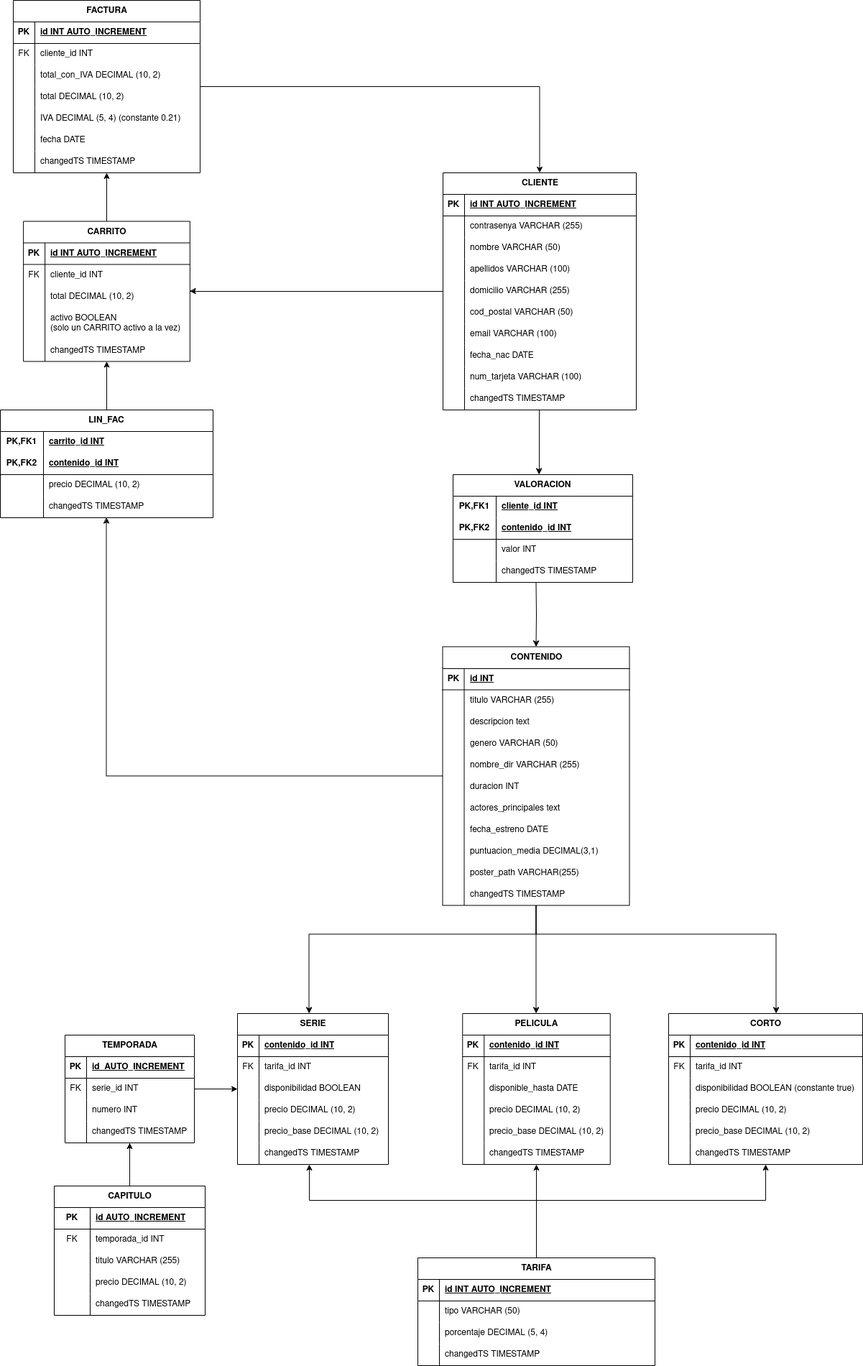
Before: MIRAVEREDA_v4.png, a diagram exported from draw.io (Andrii-Lit/Miravereda24-25). Source tidied: cells renumbered, new cells last; positions are measured from the earlier drawing's top-left corner, leaving out a move shared by most shapes.
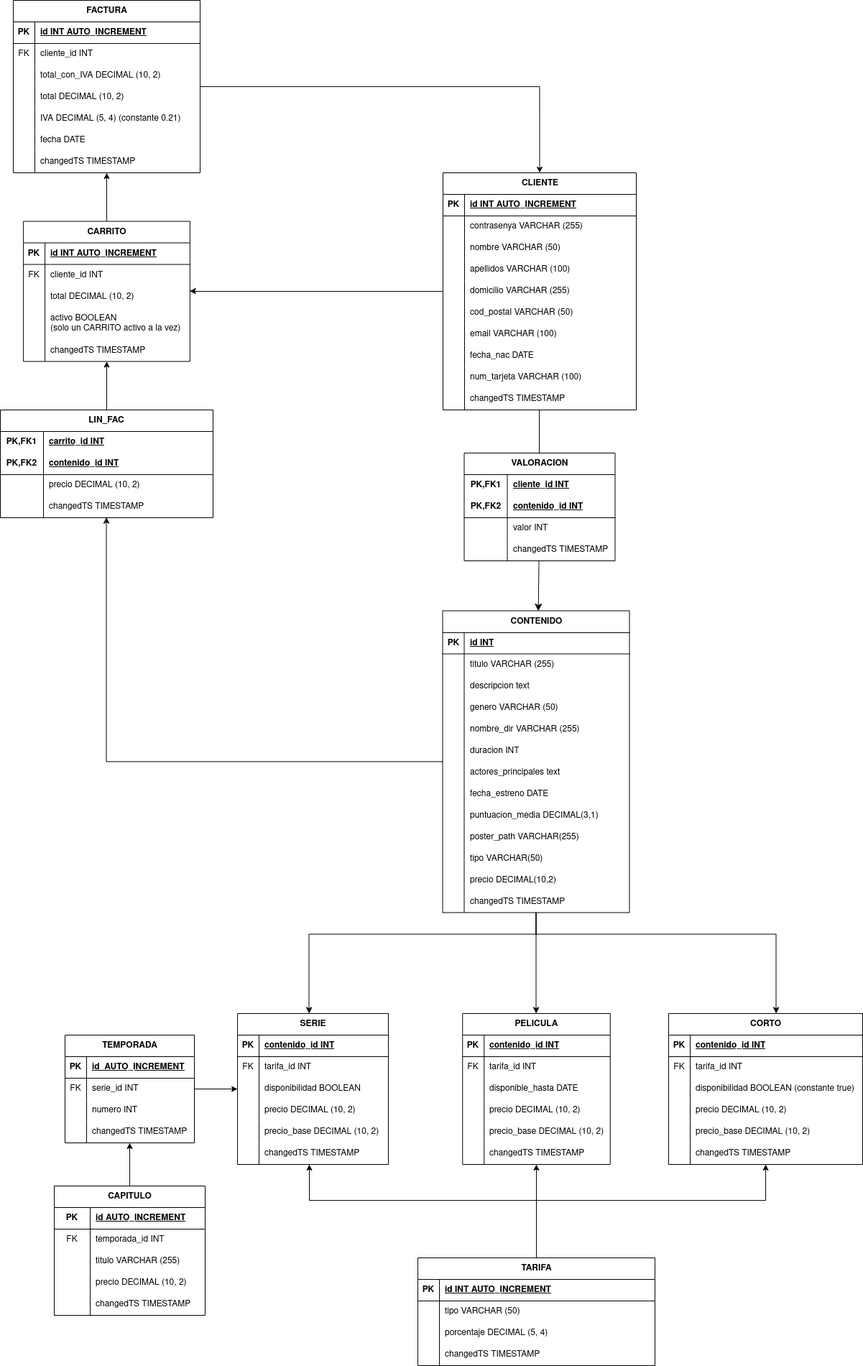
After the commit.

Commit message:
añadido campos tipo y precio a contenido recogidos automaticamente, corregido todo aspecto posible (espero)

Diff of the diagram source:
```diff
@@ -13,11 +13,6 @@
         </Array>
       </mxGeometry>
     </mxCell>
-    <mxCell id="4" style="edgeStyle=orthogonalEdgeStyle;rounded=0;jettySize=auto;html=1;" parent="1" edge="1" target="9">
-      <mxGeometry relative="1" as="geometry">
-        <mxPoint x="746" y="810" as="sourcePoint" />
-      </mxGeometry>
-    </mxCell>
     <mxCell id="5" style="edgeStyle=orthogonalEdgeStyle;rounded=0;jettySize=auto;html=1;entryX=0.5;entryY=0;entryDx=0;entryDy=0;" parent="1" edge="1" source="56">
       <mxGeometry relative="1" as="geometry">
         <mxPoint x="750" y="660" as="targetPoint" />
@@ -38,7 +33,7 @@
       </mxGeometry>
     </mxCell>
     <mxCell id="9" value="CONTENIDO" style="shape=table;startSize=30;rowLines=0;fontStyle=1;align=center;html=1;" parent="1" vertex="1">
-      <mxGeometry x="616" y="900" width="260" height="360" as="geometry" />
+      <mxGeometry x="616" y="850" width="260" height="420" as="geometry" />
     </mxCell>
     <mxCell id="10" style="shape=tableRow;horizontal=0;startSize=0;swimlaneHead=0;swimlaneBody=0;fillColor=none;top=0;left=0;right=0;bottom=1;" parent="9" vertex="1">
       <mxGeometry y="30" width="260" height="30" as="geometry" />
@@ -136,47 +131,68 @@
     <mxCell id="41" style="shape=partialRectangle;fillColor=none;top=0;left=0;bottom=0;right=0;overflow=hidden;whiteSpace=wrap;html=1;" parent="40" vertex="1">
       <mxGeometry width="30" height="30" as="geometry" />
     </mxCell>
-    <mxCell id="42" value="changedTS TIMESTAMP" style="shape=partialRectangle;fillColor=none;top=0;left=0;bottom=0;right=0;align=left;spacingLeft=6;overflow=hidden;whiteSpace=wrap;html=1;" parent="40" vertex="1">
+    <mxCell id="42" value="tipo VARCHAR(50)" style="shape=partialRectangle;fillColor=none;top=0;left=0;bottom=0;right=0;align=left;spacingLeft=6;overflow=hidden;whiteSpace=wrap;html=1;" parent="40" vertex="1">
       <mxGeometry x="30" width="230" height="30" as="geometry" />
     </mxCell>
+    <mxCell id="245" style="shape=tableRow;horizontal=0;startSize=0;swimlaneHead=0;swimlaneBody=0;fillColor=none;top=0;left=0;right=0;bottom=0;" parent="9" vertex="1">
+      <mxGeometry y="360" width="260" height="30" as="geometry" />
+    </mxCell>
+    <mxCell id="246" style="shape=partialRectangle;fillColor=none;top=0;left=0;bottom=0;right=0;overflow=hidden;whiteSpace=wrap;html=1;" parent="245" vertex="1">
+      <mxGeometry width="30" height="30" as="geometry" />
+    </mxCell>
+    <mxCell id="247" value="precio DECIMAL(10,2)" style="shape=partialRectangle;fillColor=none;top=0;left=0;bottom=0;right=0;align=left;spacingLeft=6;overflow=hidden;whiteSpace=wrap;html=1;" parent="245" vertex="1">
+      <mxGeometry x="30" width="230" height="30" as="geometry" />
+    </mxCell>
+    <mxCell id="248" style="shape=tableRow;horizontal=0;startSize=0;swimlaneHead=0;swimlaneBody=0;fillColor=none;top=0;left=0;right=0;bottom=0;" parent="9" vertex="1">
+      <mxGeometry y="390" width="260" height="30" as="geometry" />
+    </mxCell>
+    <mxCell id="249" style="shape=partialRectangle;fillColor=none;top=0;left=0;bottom=0;right=0;overflow=hidden;whiteSpace=wrap;html=1;" parent="248" vertex="1">
+      <mxGeometry width="30" height="30" as="geometry" />
+    </mxCell>
+    <mxCell id="250" value="changedTS TIMESTAMP" style="shape=partialRectangle;fillColor=none;top=0;left=0;bottom=0;right=0;align=left;spacingLeft=6;overflow=hidden;whiteSpace=wrap;html=1;" parent="248" vertex="1">
+      <mxGeometry x="30" width="230" height="30" as="geometry" />
+    </mxCell>
+    <mxCell id="251" style="edgeStyle=none;curved=1;rounded=0;jettySize=auto;html=1;fontSize=12;startSize=8;endSize=8;" parent="1" edge="1" source="43" target="9">
+      <mxGeometry relative="1" as="geometry" />
+    </mxCell>
     <mxCell id="43" value="&lt;div&gt;VALORACION&lt;/div&gt;" style="shape=table;startSize=30;rowLines=0;fontStyle=1;align=center;html=1;whiteSpace=wrap;" parent="1" vertex="1">
-      <mxGeometry x="630" y="660" width="250" height="150" as="geometry" />
+      <mxGeometry x="645.5" y="630" width="210" height="150" as="geometry" />
     </mxCell>
     <mxCell id="44" style="shape=tableRow;horizontal=0;startSize=0;swimlaneHead=0;swimlaneBody=0;fillColor=none;top=0;left=0;right=0;bottom=0;html=1;" parent="43" vertex="1">
-      <mxGeometry y="30" width="250" height="30" as="geometry" />
+      <mxGeometry y="30" width="210" height="30" as="geometry" />
     </mxCell>
     <mxCell id="45" value="PK,FK1" style="shape=partialRectangle;fillColor=none;top=0;left=0;bottom=0;right=0;fontStyle=1;overflow=hidden;html=1;whiteSpace=wrap;" parent="44" vertex="1">
       <mxGeometry width="60" height="30" as="geometry" />
     </mxCell>
     <mxCell id="46" value="cliente_id INT" style="shape=partialRectangle;fillColor=none;top=0;left=0;bottom=0;right=0;align=left;spacingLeft=6;fontStyle=5;overflow=hidden;html=1;whiteSpace=wrap;" parent="44" vertex="1">
-      <mxGeometry x="60" width="190" height="30" as="geometry" />
+      <mxGeometry x="60" width="150" height="30" as="geometry" />
     </mxCell>
     <mxCell id="47" style="shape=tableRow;horizontal=0;startSize=0;swimlaneHead=0;swimlaneBody=0;fillColor=none;top=0;left=0;right=0;bottom=1;html=1;" parent="43" vertex="1">
-      <mxGeometry y="60" width="250" height="30" as="geometry" />
+      <mxGeometry y="60" width="210" height="30" as="geometry" />
     </mxCell>
     <mxCell id="48" value="PK,FK2" style="shape=partialRectangle;fillColor=none;top=0;left=0;bottom=0;right=0;fontStyle=1;overflow=hidden;html=1;whiteSpace=wrap;" parent="47" vertex="1">
       <mxGeometry width="60" height="30" as="geometry" />
     </mxCell>
     <mxCell id="49" value="contenido_id INT" style="shape=partialRectangle;fillColor=none;top=0;left=0;bottom=0;right=0;align=left;spacingLeft=6;fontStyle=5;overflow=hidden;html=1;whiteSpace=wrap;" parent="47" vertex="1">
-      <mxGeometry x="60" width="190" height="30" as="geometry" />
+      <mxGeometry x="60" width="150" height="30" as="geometry" />
     </mxCell>
     <mxCell id="50" style="shape=tableRow;horizontal=0;startSize=0;swimlaneHead=0;swimlaneBody=0;fillColor=none;top=0;left=0;right=0;bottom=0;html=1;" parent="43" vertex="1">
-      <mxGeometry y="90" width="250" height="30" as="geometry" />
+      <mxGeometry y="90" width="210" height="30" as="geometry" />
     </mxCell>
     <mxCell id="51" style="shape=partialRectangle;fillColor=none;top=0;left=0;bottom=0;right=0;overflow=hidden;html=1;whiteSpace=wrap;" parent="50" vertex="1">
       <mxGeometry width="60" height="30" as="geometry" />
     </mxCell>
     <mxCell id="52" value="valor INT" style="shape=partialRectangle;fillColor=none;top=0;left=0;bottom=0;right=0;align=left;spacingLeft=6;overflow=hidden;html=1;whiteSpace=wrap;" parent="50" vertex="1">
-      <mxGeometry x="60" width="190" height="30" as="geometry" />
+      <mxGeometry x="60" width="150" height="30" as="geometry" />
     </mxCell>
     <mxCell id="53" style="shape=tableRow;horizontal=0;startSize=0;swimlaneHead=0;swimlaneBody=0;fillColor=none;top=0;left=0;right=0;bottom=0;html=1;" parent="43" vertex="1">
-      <mxGeometry y="120" width="250" height="30" as="geometry" />
+      <mxGeometry y="120" width="210" height="30" as="geometry" />
     </mxCell>
     <mxCell id="54" style="shape=partialRectangle;fillColor=none;top=0;left=0;bottom=0;right=0;overflow=hidden;html=1;whiteSpace=wrap;" parent="53" vertex="1">
       <mxGeometry width="60" height="30" as="geometry" />
     </mxCell>
     <mxCell id="55" value="changedTS TIMESTAMP" style="shape=partialRectangle;fillColor=none;top=0;left=0;bottom=0;right=0;align=left;spacingLeft=6;overflow=hidden;html=1;whiteSpace=wrap;" parent="53" vertex="1">
-      <mxGeometry x="60" width="190" height="30" as="geometry" />
+      <mxGeometry x="60" width="150" height="30" as="geometry" />
     </mxCell>
     <mxCell id="56" value="CLIENTE" style="shape=table;startSize=30;rowLines=0;fontStyle=1;align=center;html=1;" parent="1" vertex="1">
       <mxGeometry x="616" y="240" width="269" height="330" as="geometry" />
@@ -265,9 +281,9 @@
     <mxCell id="84" style="shape=tableRow;horizontal=0;startSize=0;swimlaneHead=0;swimlaneBody=0;fillColor=none;top=0;left=0;right=0;bottom=0;" parent="56" vertex="1">
       <mxGeometry y="300" width="269" height="30" as="geometry" />
     </mxCell>
-    <mxCell id="85" style="shape=partialRectangle;fillColor=none;top=0;left=0;bottom=0;right=0;overflow=hidden;whiteSpace=wrap;html=1;" parent="84" vertex="1">
-      <mxGeometry width="30" height="30" as="geometry" />
-    </mxCell>
+    <mxCell id="252" style="shape=partialRectangle;fillColor=none;top=0;left=0;bottom=0;right=0;overflow=hidden;whiteSpace=wrap;html=1;" parent="84" vertex="1">
+      <mxGeometry width="30" height="30" as="geometry" />
+    </mxCell>
     <mxCell id="86" value="changedTS TIMESTAMP" style="shape=partialRectangle;fillColor=none;top=0;left=0;bottom=0;right=0;align=left;spacingLeft=6;overflow=hidden;whiteSpace=wrap;html=1;" parent="84" vertex="1">
       <mxGeometry x="30" width="239" height="30" as="geometry" />
     </mxCell>
```
